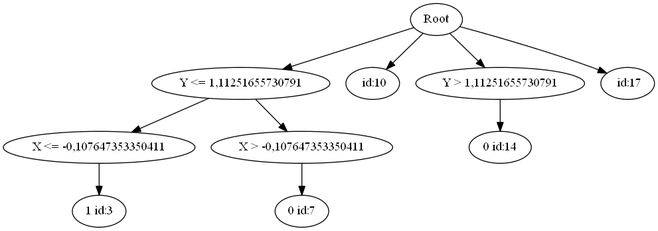
Before: DecisionTrees/bin/Debug/Resources/recursion.png, a diagram exported from Graphviz (geper/Decision_tree). Its source is kept beside it as DecisionTrees/bin/Debug/Resources/recursion.gv. The source it was exported from:
```dot
digraph G {
"Root"
->
"Y <= 1,11251655730791"
->
"X <= -0,107647353350411"
->
"1 id:3"
;
"Y <= 1,11251655730791"
->
"X > -0,107647353350411"
->
"0 id:7"
;
"Root"
->
" id:10"
;
"Root"
->
"Y > 1,11251655730791"
->
"0 id:14"
;
"Root"
->
" id:17"
;
}
```
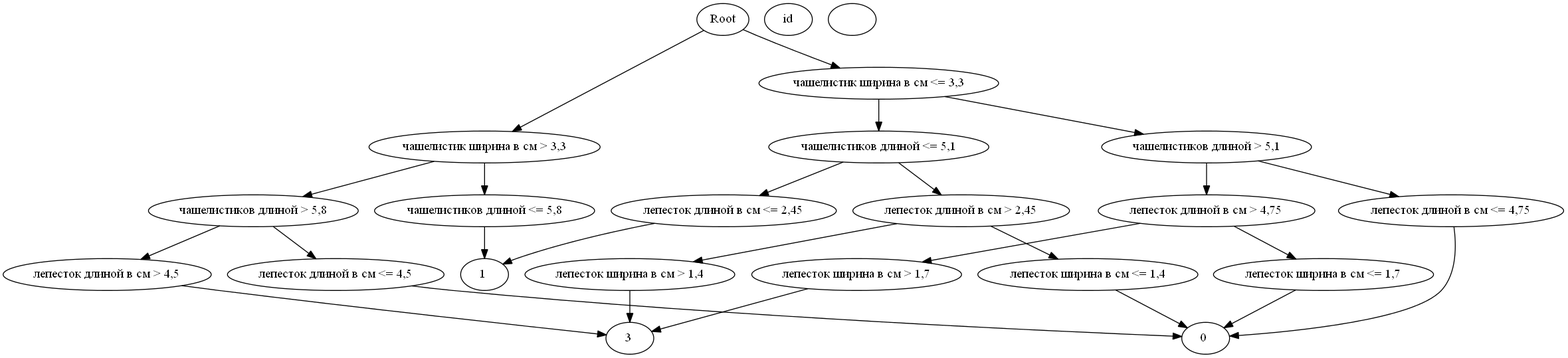
The same diagram one commit later.

What changed in the source:
```diff
@@ -1,30 +1,79 @@
 digraph G {
 "Root"
 ->
-"Y <= 1,11251655730791"
+"чашелистик ширина в см <= 3,3"
 ->
-"X <= -0,107647353350411"
+"чашелистиков длиной <= 5,1"
 ->
-"1 id:3"
+"лепесток длиной в см <= 2,45"
+->
+"1
+id:4"
 ;
-"Y <= 1,11251655730791"
+"чашелистиков длиной <= 5,1"
 ->
-"X > -0,107647353350411"
+"лепесток длиной в см > 2,45"
 ->
-"0 id:7"
+"лепесток ширина в см <= 1,4"
+->
+"0
+id:9"
+;
+"лепесток длиной в см > 2,45"
+->
+"лепесток ширина в см > 1,4"
+->
+"3
+id:13"
+;
+"чашелистик ширина в см <= 3,3"
+->
+"чашелистиков длиной > 5,1"
+->
+"лепесток длиной в см <= 4,75"
+->
+"0
+id:20"
+;
+"чашелистиков длиной > 5,1"
+->
+"лепесток длиной в см > 4,75"
+->
+"лепесток ширина в см <= 1,7"
+->
+"0
+id:25"
+;
+"лепесток длиной в см > 4,75"
+->
+"лепесток ширина в см > 1,7"
+->
+"3
+id:29"
 ;
 "Root"
 ->
-" id:10"
+"чашелистик ширина в см > 3,3"
+->
+"чашелистиков длиной <= 5,8"
+->
+"1
+id:37"
 ;
-"Root"
+"чашелистик ширина в см > 3,3"
 ->
-"Y > 1,11251655730791"
+"чашелистиков длиной > 5,8"
 ->
-"0 id:14"
+"лепесток длиной в см <= 4,5"
+->
+"0
+id:42"
 ;
-"Root"
+"чашелистиков длиной > 5,8"
 ->
-" id:17"
+"лепесток длиной в см > 4,5"
+->
+"3
+id:46"
 ;
 }
```
